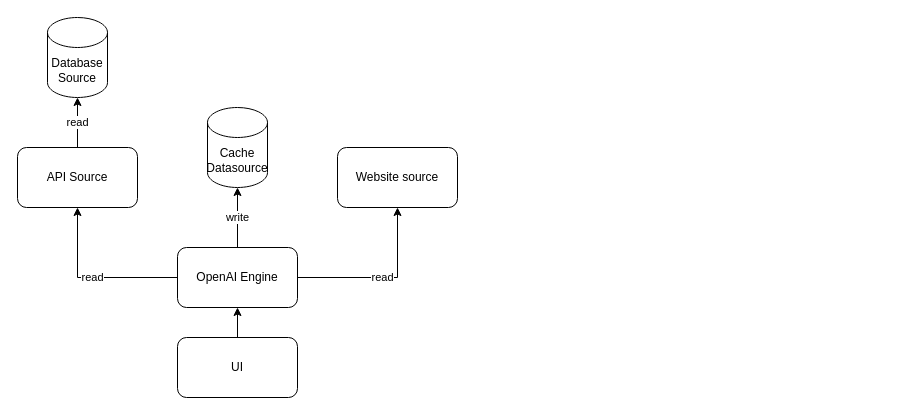
joeycmlam/njstool keeps this draw.io diagram as src/app/app-invest-advisor-v2/diagram/draft.drawio. Above is the earlier version. Source tidied: cells renumbered, new cells numbered last; positions are measured from the earlier drawing's top-left corner, leaving out a move shared by most shapes. Both pictures are drawn from the tidied source at 100%, with x=0, y=0 at pixel (17, 17).
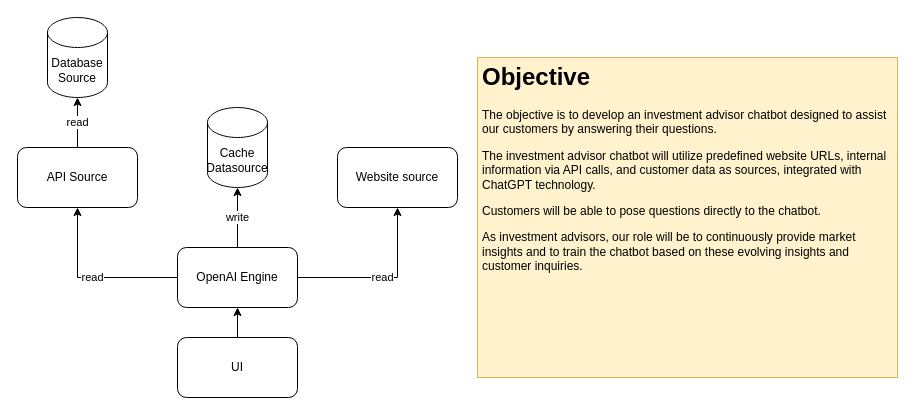
The same page after the edit.

What changed in the source:
```diff
@@
 <mxGraphModel>
   <root>
     <mxCell id="0" />
     <mxCell id="1" parent="0" />
     <mxCell id="2" value="API Source" style="rounded=1;whiteSpace=wrap;html=1;" parent="1" vertex="1">
       <mxGeometry y="130" width="120" height="60" as="geometry" />
     </mxCell>
     <mxCell id="3" value="Website source" style="rounded=1;whiteSpace=wrap;html=1;" parent="1" vertex="1">
       <mxGeometry x="320" y="130" width="120" height="60" as="geometry" />
     </mxCell>
     <mxCell id="4" value="Database Source" style="shape=cylinder3;whiteSpace=wrap;html=1;boundedLbl=1;backgroundOutline=1;size=15;" parent="1" vertex="1">
       <mxGeometry x="30" width="60" height="80" as="geometry" />
     </mxCell>
     <mxCell id="5" value="read" style="endArrow=classic;html=1;rounded=0;exitX=0.5;exitY=0;exitDx=0;exitDy=0;" parent="1" edge="1" source="2" target="4">
       <mxGeometry relative="1" as="geometry" />
     </mxCell>
     <mxCell id="6" value="OpenAI Engine" style="rounded=1;whiteSpace=wrap;html=1;" parent="1" vertex="1">
       <mxGeometry x="160" y="230" width="120" height="60" as="geometry" />
     </mxCell>
     <mxCell id="7" value="read" style="endArrow=classic;html=1;rounded=0;exitX=0;exitY=0.5;exitDx=0;exitDy=0;" parent="1" edge="1" source="6" target="2">
       <mxGeometry relative="1" as="geometry">
         <Array as="points">
           <mxPoint x="60" y="260" />
         </Array>
       </mxGeometry>
     </mxCell>
     <mxCell id="8" value="read" style="endArrow=classic;html=1;rounded=0;exitX=1;exitY=0.5;exitDx=0;exitDy=0;entryX=0.5;entryY=1;entryDx=0;entryDy=0;" parent="1" edge="1" source="6" target="3">
       <mxGeometry relative="1" as="geometry">
         <Array as="points">
           <mxPoint x="380" y="260" />
         </Array>
       </mxGeometry>
     </mxCell>
     <mxCell id="9" value="UI" style="rounded=1;whiteSpace=wrap;html=1;" parent="1" vertex="1">
       <mxGeometry x="160" y="320" width="120" height="60" as="geometry" />
     </mxCell>
     <mxCell id="10" style="endArrow=classic;html=1;rounded=0;entryX=0.5;entryY=1;entryDx=0;entryDy=0;" parent="1" edge="1" source="9" target="6">
       <mxGeometry relative="1" as="geometry" />
     </mxCell>
     <mxCell id="11" value="Cache Datasource" style="shape=cylinder3;whiteSpace=wrap;html=1;boundedLbl=1;backgroundOutline=1;size=15;" parent="1" vertex="1">
       <mxGeometry x="190" y="90" width="60" height="80" as="geometry" />
     </mxCell>
     <mxCell id="12" value="write" style="endArrow=classic;html=1;rounded=0;entryX=0.5;entryY=1;entryDx=0;entryDy=0;entryPerimeter=0;exitX=0.5;exitY=0;exitDx=0;exitDy=0;" parent="1" edge="1" source="6" target="11">
       <mxGeometry relative="1" as="geometry" />
     </mxCell>
+    <mxCell id="13" value="&lt;h1&gt;Objective&lt;/h1&gt;&lt;p&gt;&lt;span style=&quot;background-color: initial;&quot;&gt;The objective is to develop an investment advisor chatbot designed to assist our customers by answering their questions.&lt;/span&gt;&lt;br&gt;&lt;/p&gt;&lt;p&gt;The investment advisor chatbot will utilize predefined website URLs, internal information via API calls, and customer data as sources, integrated with ChatGPT technology.&lt;/p&gt;&lt;p&gt;Customers will be able to pose questions directly to the chatbot.&lt;/p&gt;&lt;p&gt;As investment advisors, our role will be to continuously provide market insights and to train the chatbot based on these evolving insights and customer inquiries.&lt;/p&gt;" style="text;html=1;strokeColor=#d6b656;fillColor=#FFF2CC;spacing=5;spacingTop=-20;whiteSpace=wrap;overflow=hidden;rounded=0;" parent="1" vertex="1">
+      <mxGeometry x="460" y="40" width="420" height="320" as="geometry" />
+    </mxCell>
   </root>
 </mxGraphModel>
```
